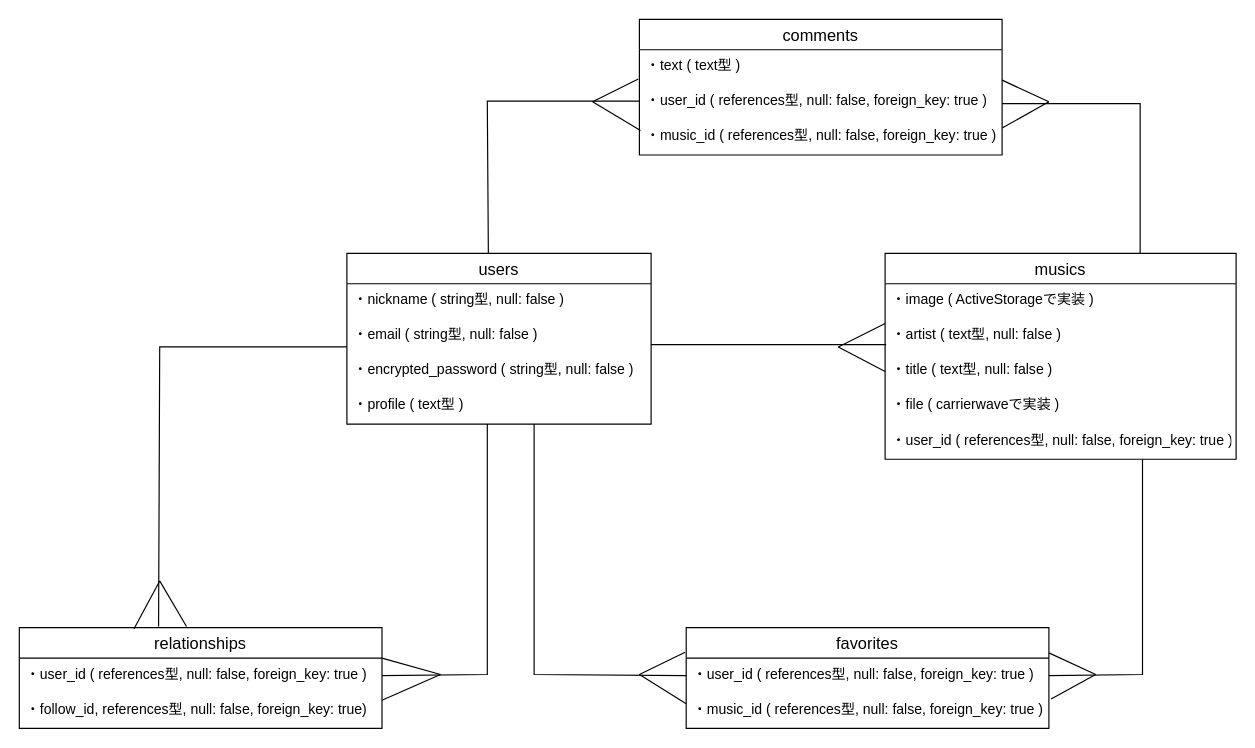
Earlier version of the draw.io diagram ER図.dio (O-DAIKI/ScoopNote). Source tidied: cells renumbered, new cells numbered last; positions are measured from the earlier drawing's top-left corner, leaving out a move shared by most shapes. Both pictures are drawn from the tidied source at 117%, with x=0, y=0 at pixel (19, 19).
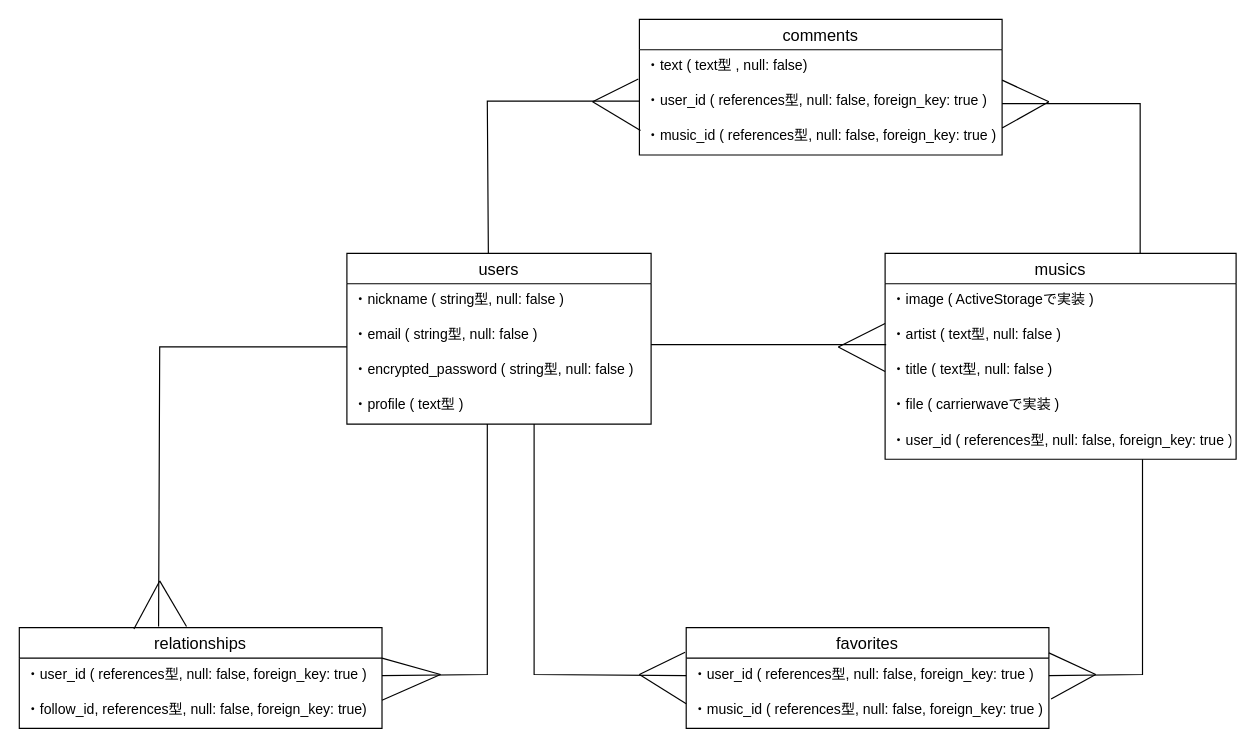
After the change.

The change refers to these unchanged cells:
```xml
<mxCell id="34" value="comments" style="swimlane;fontStyle=0;horizontal=1;startSize=26;align=center;fontSize=14;" parent="1" vertex="1">
  <mxGeometry x="530" width="310" height="116" as="geometry" />
</mxCell>
```

Change to the diagram source:
```diff
@@
-    <mxCell id="35" value="・text ( text型 )" style="text;strokeColor=none;fillColor=none;spacingLeft=4;spacingRight=4;overflow=hidden;points=[[0,0.5],[1,0.5]];portConstraint=eastwest;fontSize=12;" parent="34" vertex="1">
+    <mxCell id="35" value="・text ( text型 , null: false)" style="text;strokeColor=none;fillColor=none;spacingLeft=4;spacingRight=4;overflow=hidden;points=[[0,0.5],[1,0.5]];portConstraint=eastwest;fontSize=12;" parent="34" vertex="1">
       <mxGeometry y="26" width="310" height="30" as="geometry" />
     </mxCell>
```
